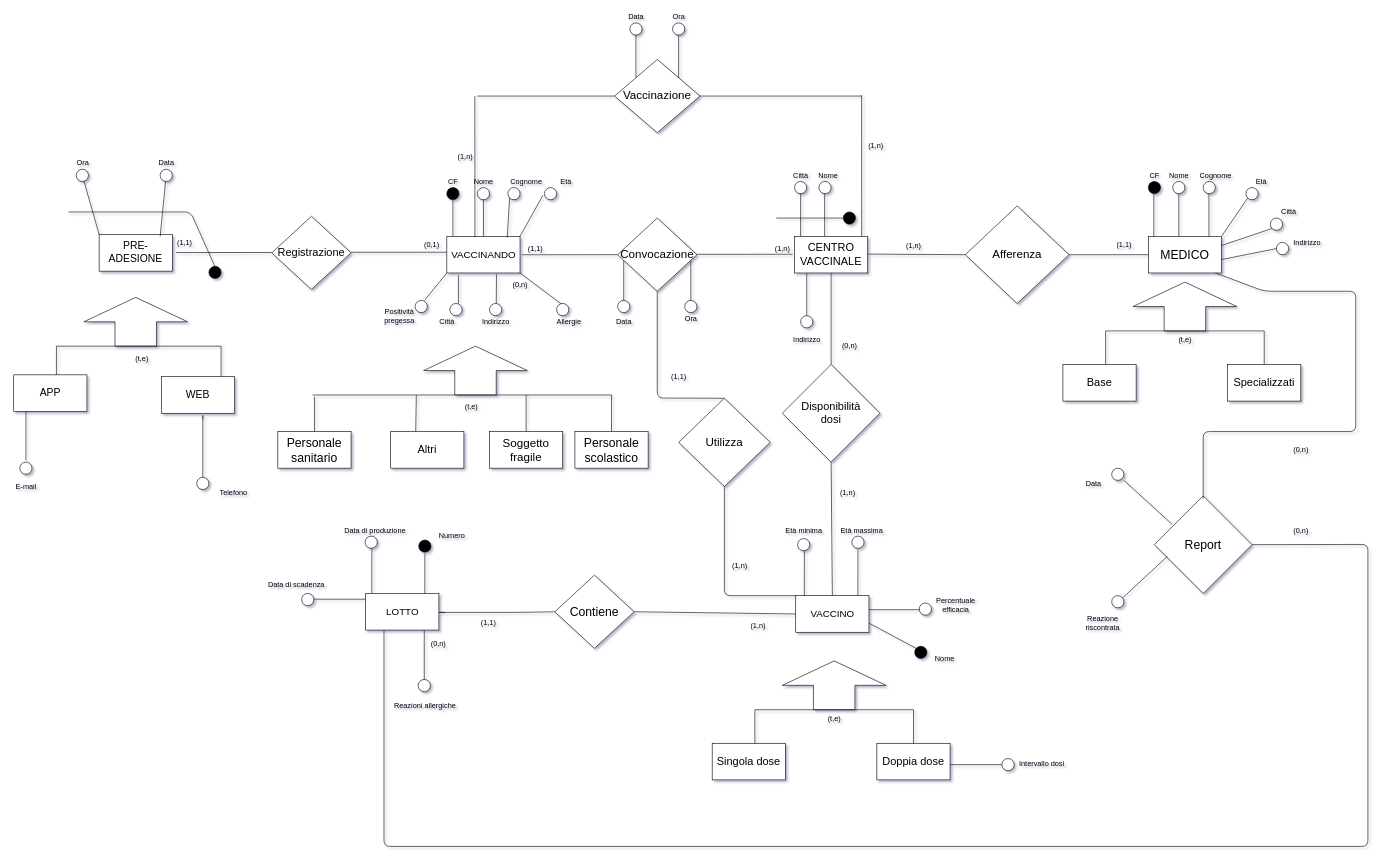
shaggyishere/VaccineDatabase keeps this draw.io diagram as bd/Schema E/ERconcettuale.drawio. Above is the earlier version. Source tidied: cells renumbered, new cells numbered last; positions are measured from the earlier drawing's top-left corner, leaving out a move shared by most shapes. Both pictures are drawn from the tidied source at 61%, with x=0, y=0 at pixel (10, 10).
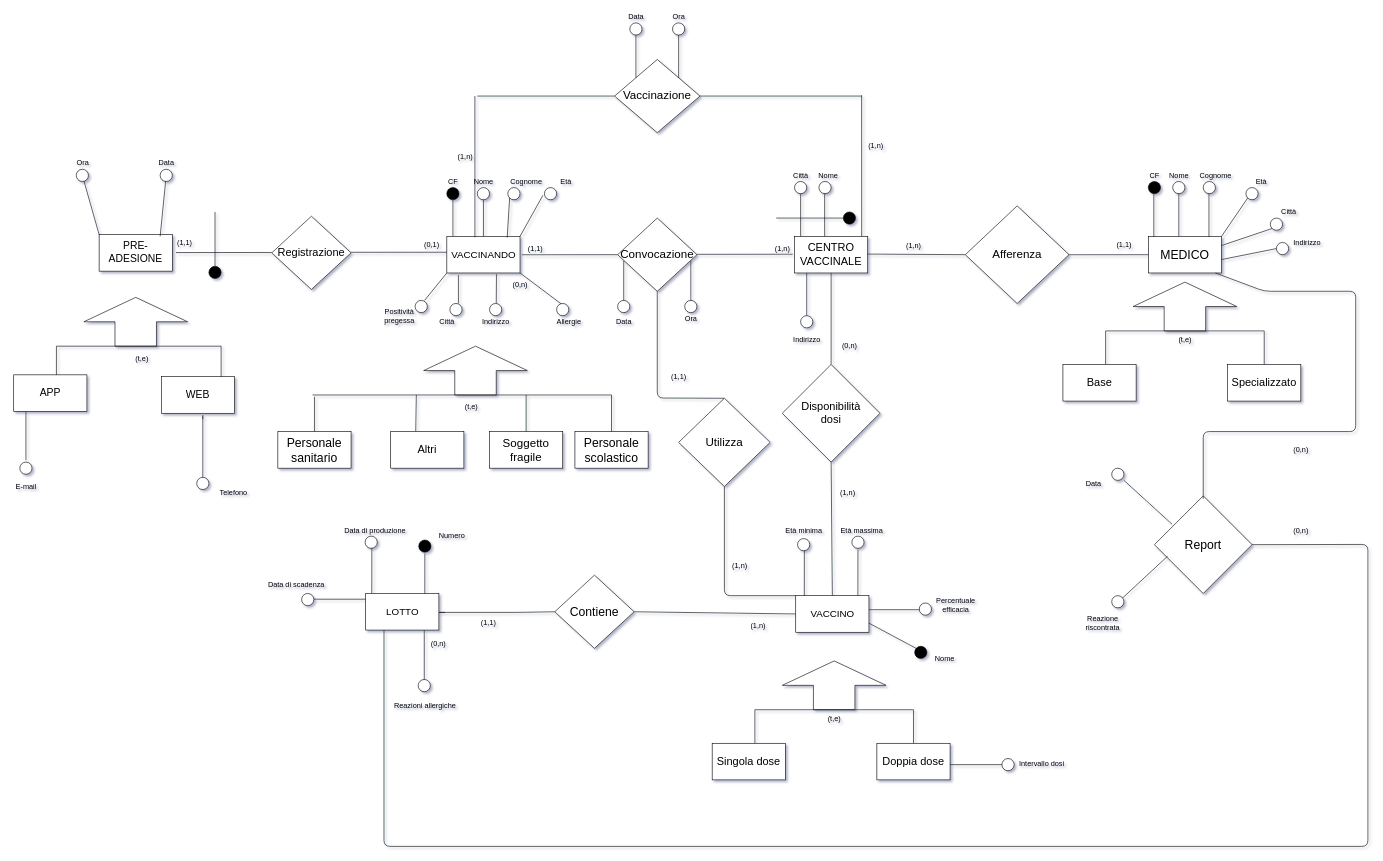
The same page after the edit.

Unchanged cells that the change refers to:
```xml
<mxCell id="170" style="ellipse;whiteSpace=wrap;html=1;strokeWidth=1;fillColor=#000000;" parent="1" vertex="1">
  <mxGeometry x="325" y="419" width="20" height="20" as="geometry" />
</mxCell>
```

Diff of the diagram source:
```diff
@@
-    <mxCell id="90" value="&lt;font style=&quot;font-size: 18px&quot;&gt;Specializzati&lt;/font&gt;" style="whiteSpace=wrap;html=1;strokeWidth=1;fillColor=#FFFFFF;" parent="1" vertex="1">
+    <mxCell id="90" value="&lt;font style=&quot;font-size: 18px&quot;&gt;Specializzato&lt;/font&gt;" style="whiteSpace=wrap;html=1;strokeWidth=1;fillColor=#FFFFFF;" parent="1" vertex="1">
       <mxGeometry x="1995" y="580" width="120" height="60" as="geometry" />
     </mxCell>
@@
-    <mxCell id="169" style="endArrow=none;html=1;" parent="1" edge="1">
-      <mxGeometry relative="1" as="geometry">
-        <mxPoint x="335" y="420" as="sourcePoint" />
-        <mxPoint x="95" y="330" as="targetPoint" />
-        <Array as="points">
-          <mxPoint x="295" y="330" />
-        </Array>
-      </mxGeometry>
-    </mxCell>
@@
+    <mxCell id="199" style="endArrow=none;html=1;entryX=0.5;entryY=0;entryDx=0;entryDy=0;" parent="1" edge="1" target="170">
+      <mxGeometry relative="1" as="geometry">
+        <mxPoint x="335" y="330" as="sourcePoint" />
+      </mxGeometry>
+    </mxCell>
```
